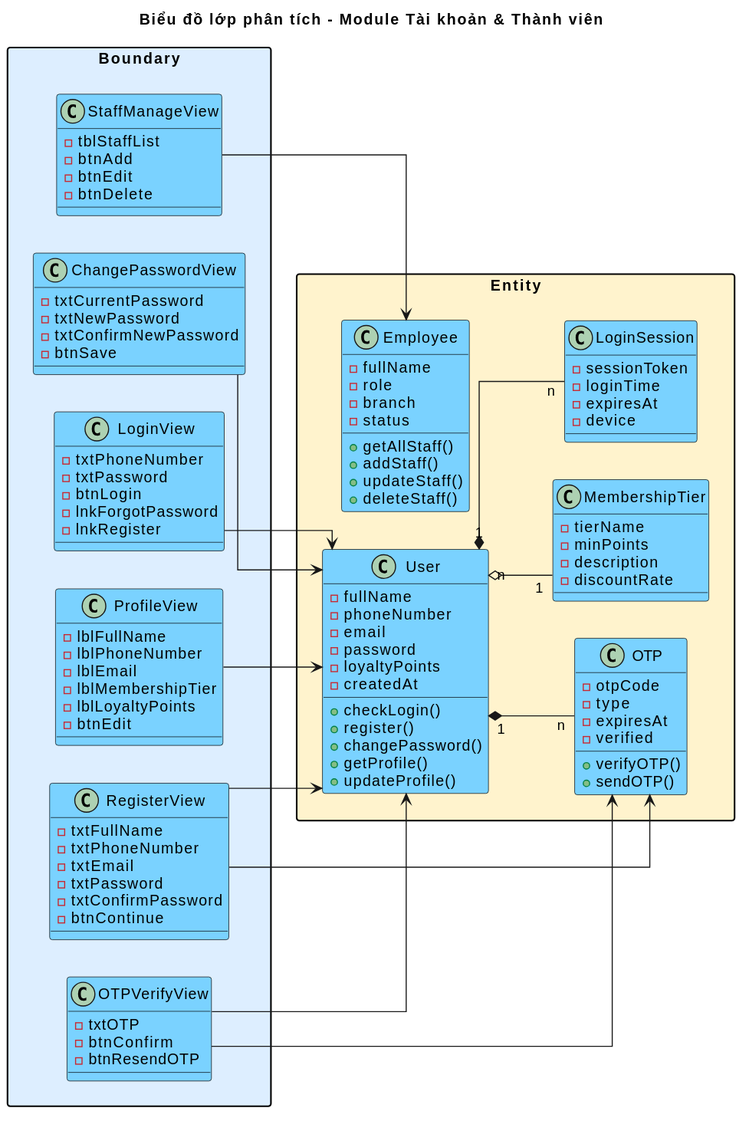
Earlier version of the PlantUML export output/diagrams/account_class_analysis.svg (thanhtrnnn/cnpm).
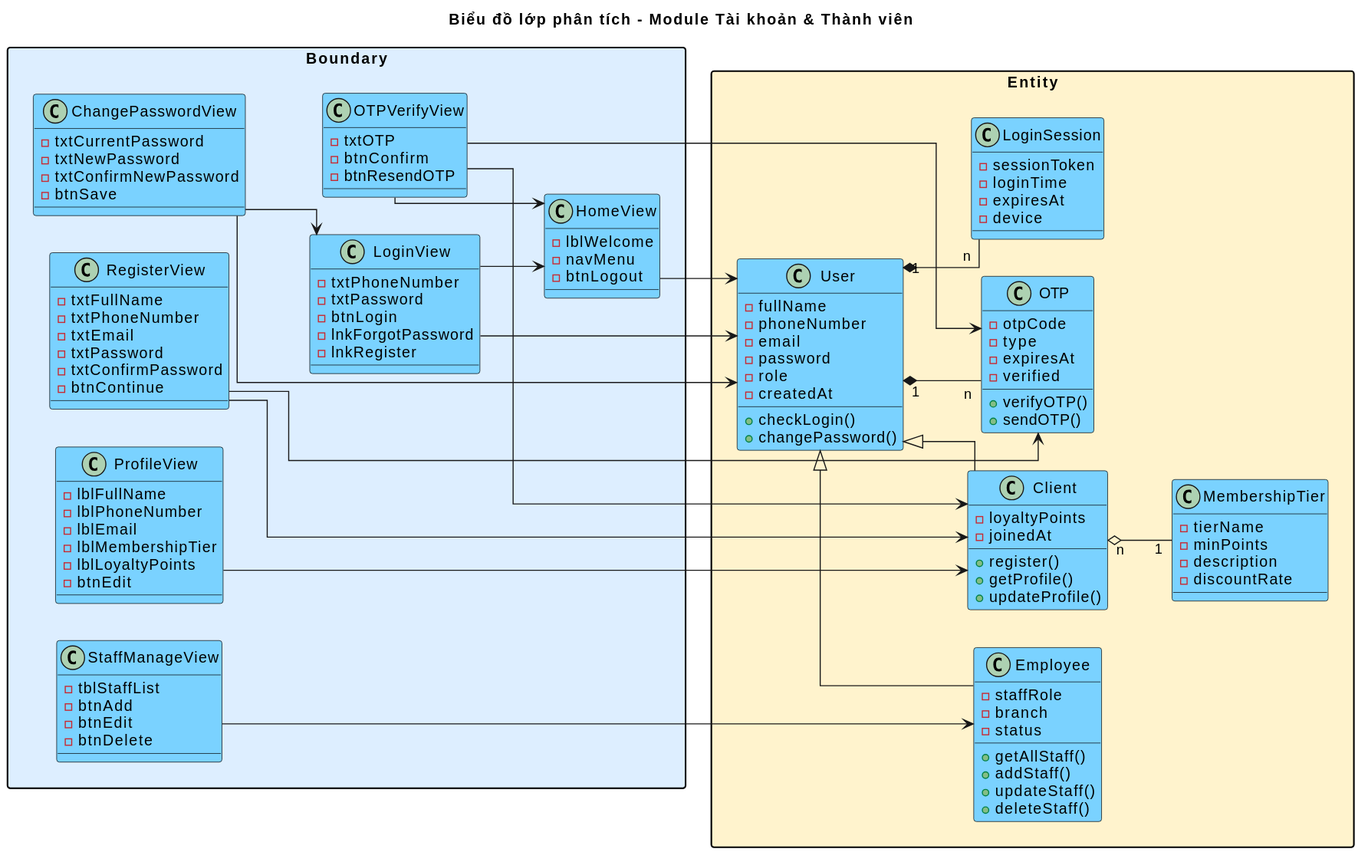
After the commit.

What changed in the source:
```diff
@@ -53,6 +53,11 @@
       -btnEdit
       -btnDelete
     }
+    class HomeView {
+      -lblWelcome
+      -navMenu
+      -btnLogout
+    }
   }
 }
 
@@ -63,17 +68,20 @@
       -phoneNumber
       -email
       -password
-      -loyaltyPoints
+      -role
       -createdAt
       +checkLogin()
+      +changePassword()
+    }
+    class Client {
+      -loyaltyPoints
+      -joinedAt
       +register()
-      +changePassword()
       +getProfile()
       +updateProfile()
     }
     class Employee {
-      -fullName
-      -role
+      -staffRole
       -branch
       -status
       +getAllStaff()
@@ -104,16 +112,23 @@
   }
 }
 
+User <|-- Client
+User <|-- Employee
+
 LoginView --> User
-RegisterView --> User
+LoginView --> HomeView
+RegisterView --> Client
 RegisterView --> OTP
 OTPVerifyView --> OTP
-OTPVerifyView --> User
+OTPVerifyView --> Client
+OTPVerifyView --> HomeView
 ChangePasswordView --> User
-ProfileView --> User
+ChangePasswordView --> LoginView
+ProfileView --> Client
 StaffManageView --> Employee
+HomeView --> User
 
-User "n" o-- "1" MembershipTier
+Client "n" o-- "1" MembershipTier
 User "1" *-- "n" OTP
 User "1" *-- "n" LoginSession
 @enduml
```
